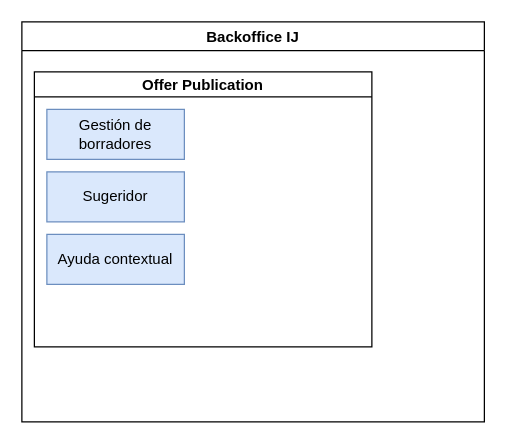
Earlier version of the draw.io diagram NewBO Business Capabilities Diagram.drawio (ismaelcabanas/storeroom-monolith). Source tidied: cells renumbered, new cells numbered last; positions are measured from the earlier drawing's top-left corner, leaving out a move shared by most shapes. Both pictures are drawn from the tidied source at 125%, with x=0, y=0 at pixel (21, 21).
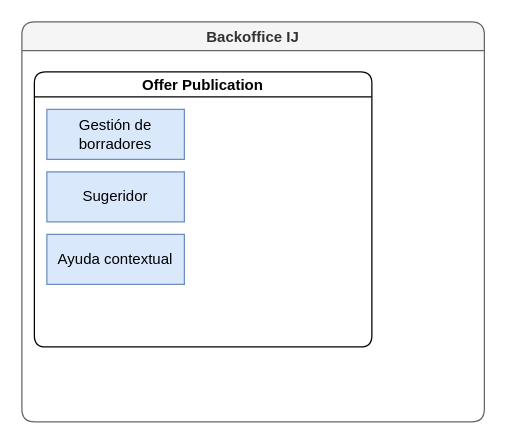
After the change.

Change to the diagram source:
```diff
@@
 <mxGraphModel>
   <root>
     <mxCell id="0" />
     <mxCell id="1" parent="0" />
-    <mxCell id="2" value="Backoffice IJ" style="swimlane;" parent="1" vertex="1">
+    <mxCell id="2" value="Backoffice IJ" style="swimlane;fillColor=#f5f5f5;strokeColor=#666666;fontColor=#333333;rounded=1;" parent="1" vertex="1">
       <mxGeometry width="370" height="320" as="geometry" />
     </mxCell>
-    <mxCell id="3" value="Offer Publication" style="swimlane;startSize=20;" parent="2" vertex="1">
+    <mxCell id="3" value="Offer Publication" style="swimlane;startSize=20;rounded=1;" parent="2" vertex="1">
       <mxGeometry x="10" y="40" width="270" height="220" as="geometry" />
     </mxCell>
     <mxCell id="4" value="Gestión de borradores" style="whiteSpace=wrap;html=1;align=center;newEdgeStyle={&quot;edgeStyle&quot;:&quot;elbowEdgeStyle&quot;,&quot;startArrow&quot;:&quot;none&quot;,&quot;endArrow&quot;:&quot;none&quot;};fillColor=#dae8fc;strokeColor=#6c8ebf;" parent="3" vertex="1" collapsed="1">
       <mxGeometry x="10" y="30" width="110" height="40" as="geometry" />
     </mxCell>
     <mxCell id="5" value="Sugeridor" style="whiteSpace=wrap;html=1;align=center;newEdgeStyle={&quot;edgeStyle&quot;:&quot;elbowEdgeStyle&quot;,&quot;startArrow&quot;:&quot;none&quot;,&quot;endArrow&quot;:&quot;none&quot;};fillColor=#dae8fc;strokeColor=#6c8ebf;" parent="3" vertex="1" collapsed="1">
       <mxGeometry x="10" y="80" width="110" height="40" as="geometry" />
     </mxCell>
     <mxCell id="6" value="Ayuda contextual" style="whiteSpace=wrap;html=1;align=center;newEdgeStyle={&quot;edgeStyle&quot;:&quot;elbowEdgeStyle&quot;,&quot;startArrow&quot;:&quot;none&quot;,&quot;endArrow&quot;:&quot;none&quot;};fillColor=#dae8fc;strokeColor=#6c8ebf;" parent="3" vertex="1" collapsed="1">
       <mxGeometry x="10" y="130" width="110" height="40" as="geometry" />
     </mxCell>
   </root>
 </mxGraphModel>
```
